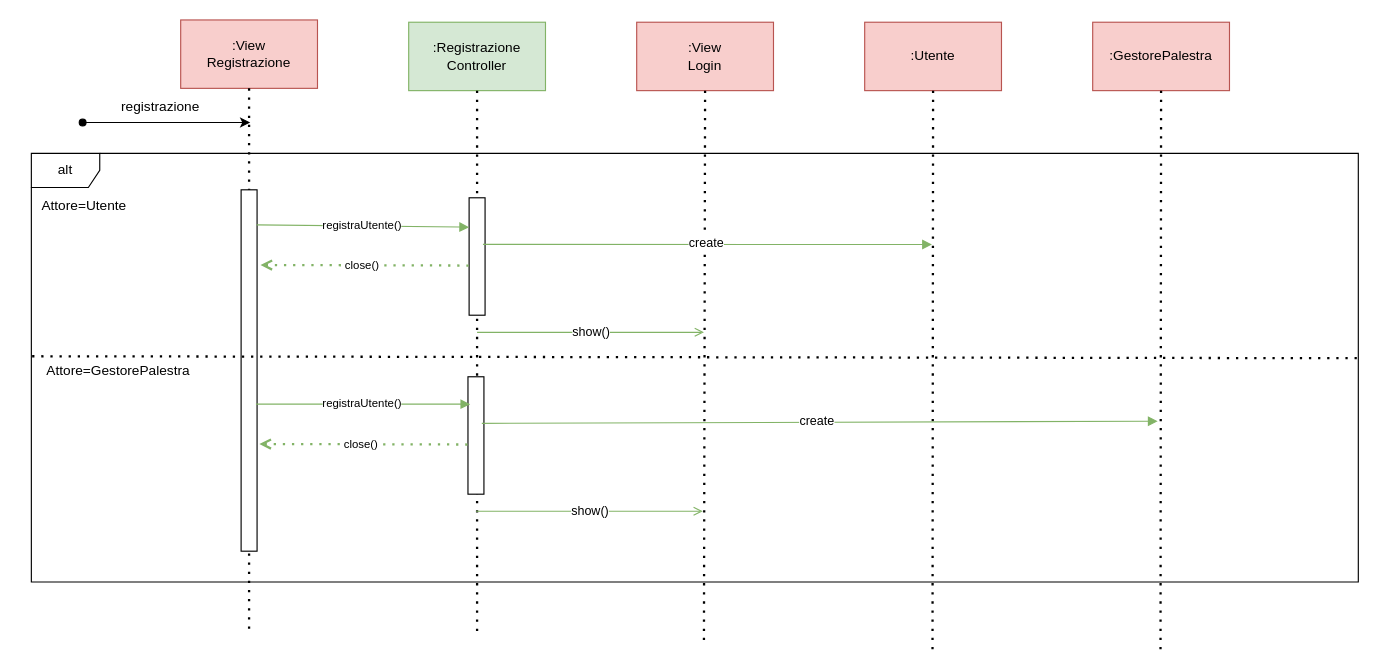
Earlier version of the draw.io diagram Diagrammi_Package/Interazione/Registrazione.drawio (JosephBoom02/Progetto_Ingegneria_del_Software). Source tidied: cells renumbered, new cells numbered last; positions are measured from the earlier drawing's top-left corner, leaving out a move shared by most shapes. Both pictures are drawn from the tidied source at 114%, with x=0, y=0 at pixel (19, 19).
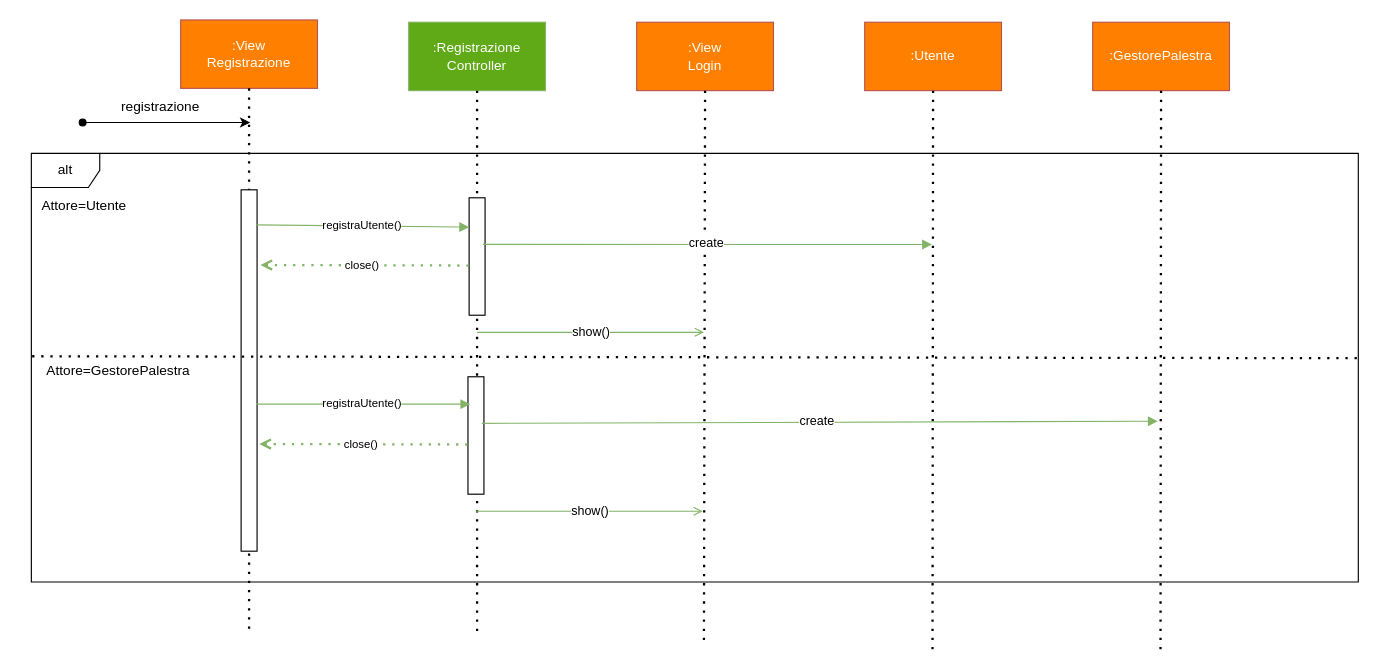
The same page after the edit.

What changed in the source:
```diff
@@
-    <mxCell id="2" value="&lt;div&gt;:View&lt;/div&gt;&lt;div&gt;Registrazione&lt;br&gt;&lt;/div&gt;" style="rounded=0;whiteSpace=wrap;html=1;fillColor=#f8cecc;strokeColor=#b85450;" parent="1" vertex="1">
+    <mxCell id="2" value="&lt;div&gt;&lt;font color=&quot;#ffffff&quot;&gt;:View&lt;/font&gt;&lt;/div&gt;&lt;div&gt;&lt;font color=&quot;#ffffff&quot;&gt;Registrazione&lt;br&gt;&lt;/font&gt;&lt;/div&gt;" style="rounded=0;whiteSpace=wrap;html=1;fillColor=#FF8000;strokeColor=#b85450;" parent="1" vertex="1">
       <mxGeometry x="141" width="120" height="60" as="geometry" />
     </mxCell>
-    <mxCell id="3" value="&lt;div&gt;:Registrazione&lt;/div&gt;&lt;div&gt;Controller&lt;br&gt;&lt;/div&gt;" style="rounded=0;whiteSpace=wrap;html=1;fillColor=#d5e8d4;strokeColor=#82b366;" parent="1" vertex="1">
+    <mxCell id="3" value="&lt;div&gt;&lt;font color=&quot;#ffffff&quot;&gt;:Registrazione&lt;/font&gt;&lt;/div&gt;&lt;div&gt;&lt;font color=&quot;#ffffff&quot;&gt;Controller&lt;br&gt;&lt;/font&gt;&lt;/div&gt;" style="rounded=0;whiteSpace=wrap;html=1;fillColor=#60A917;strokeColor=#82b366;" parent="1" vertex="1">
       <mxGeometry x="341" y="2" width="120" height="60" as="geometry" />
     </mxCell>
-    <mxCell id="4" value="&lt;div&gt;:View&lt;/div&gt;&lt;div&gt;Login&lt;br&gt;&lt;/div&gt;" style="rounded=0;whiteSpace=wrap;html=1;fillColor=#f8cecc;strokeColor=#b85450;" parent="1" vertex="1">
+    <mxCell id="4" value="&lt;div&gt;&lt;font color=&quot;#ffffff&quot;&gt;:View&lt;/font&gt;&lt;/div&gt;&lt;div&gt;&lt;font color=&quot;#ffffff&quot;&gt;Login&lt;br&gt;&lt;/font&gt;&lt;/div&gt;" style="rounded=0;whiteSpace=wrap;html=1;fillColor=#FF8000;strokeColor=#b85450;" parent="1" vertex="1">
       <mxGeometry x="541" y="2" width="120" height="60" as="geometry" />
     </mxCell>
@@
-    <mxCell id="20" value=":Utente" style="rounded=0;whiteSpace=wrap;html=1;fillColor=#f8cecc;strokeColor=#b85450;" parent="1" vertex="1">
+    <mxCell id="20" value="&lt;font color=&quot;#ffffff&quot;&gt;:Utente&lt;/font&gt;" style="rounded=0;whiteSpace=wrap;html=1;fillColor=#FF8000;strokeColor=#b85450;" parent="1" vertex="1">
       <mxGeometry x="741" y="2" width="120" height="60" as="geometry" />
     </mxCell>
-    <mxCell id="21" value=":GestorePalestra" style="rounded=0;whiteSpace=wrap;html=1;fillColor=#f8cecc;strokeColor=#b85450;" parent="1" vertex="1">
+    <mxCell id="21" value="&lt;font color=&quot;#ffffff&quot;&gt;:GestorePalestra&lt;/font&gt;" style="rounded=0;whiteSpace=wrap;html=1;fillColor=#FF8000;strokeColor=#b85450;" parent="1" vertex="1">
       <mxGeometry x="941" y="2" width="120" height="60" as="geometry" />
     </mxCell>
```
